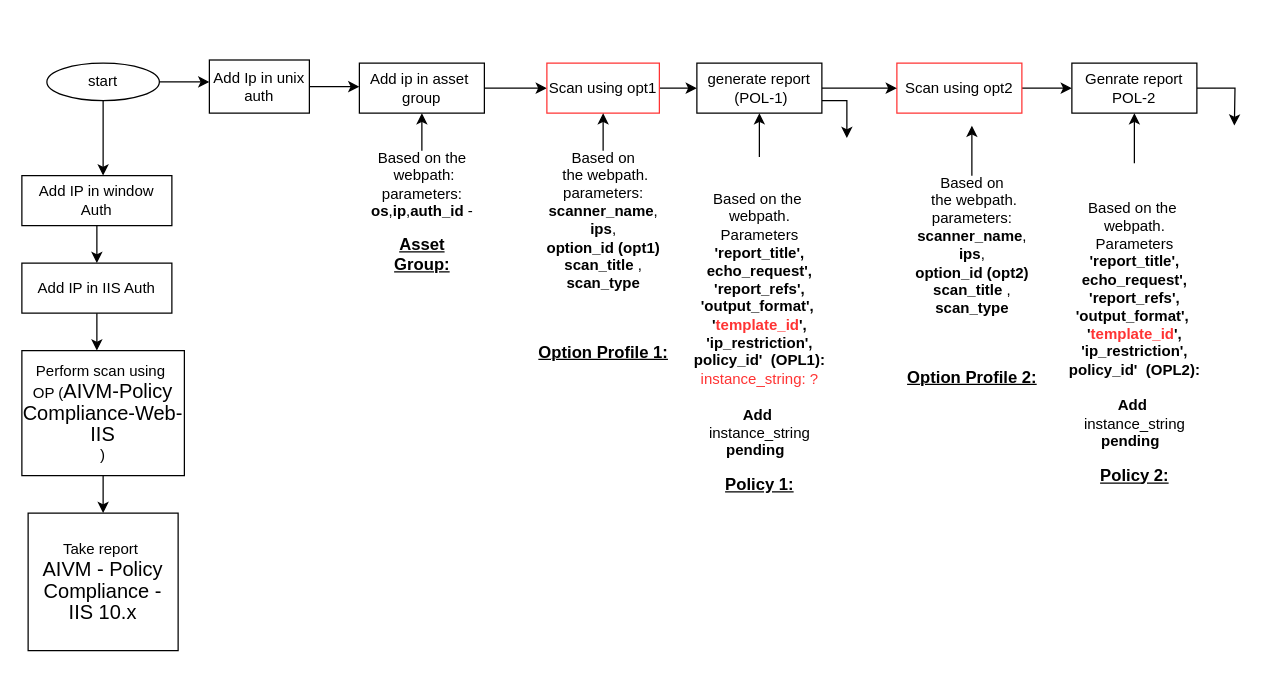
Above: page "Page-3" (3 of 3) of Untitled Diagram.drawio in abhiramsatti/testrepo (draw.io), before the change. Source tidied: cells renumbered, new cells numbered last; positions are measured from the earlier drawing's top-left corner, leaving out a move shared by most shapes. Both pictures are drawn from the tidied source at 125%, with x=0, y=0 at pixel (21, 60).
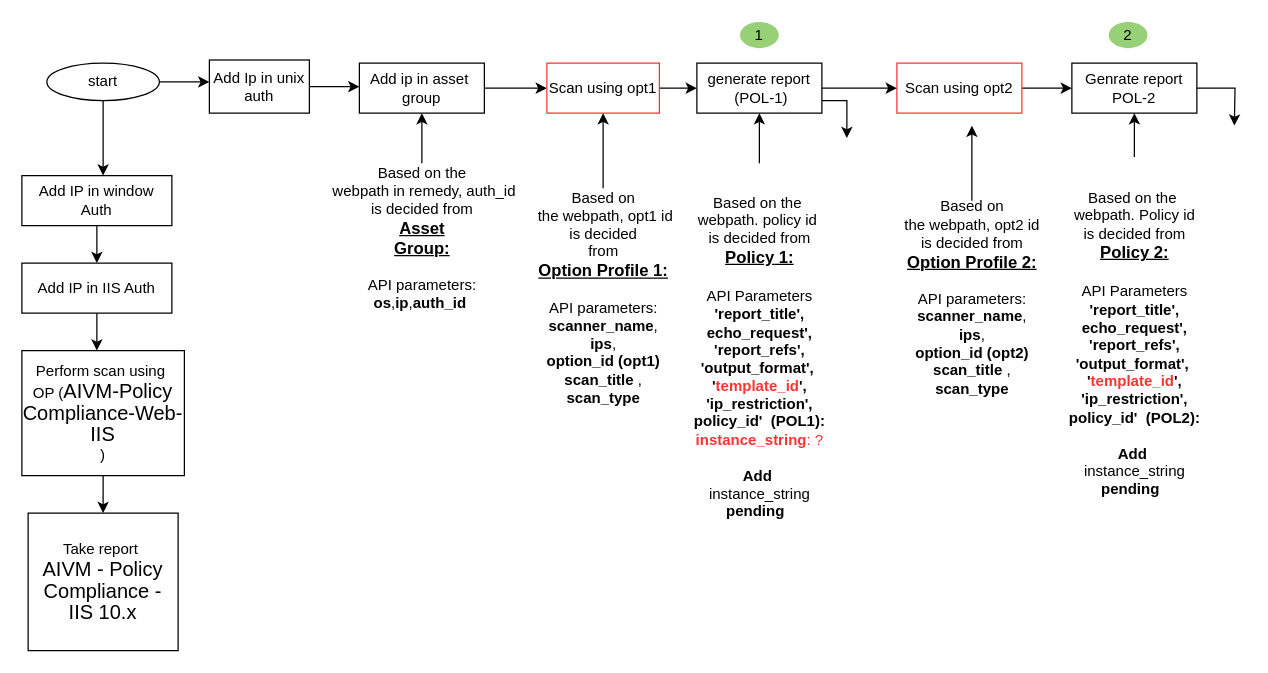
The same diagram, later.

Diff of the diagram source:
```diff
@@
-    <mxCell id="26" value="Based on the&lt;br&gt;&amp;nbsp;webpath:&lt;br&gt;parameters:&lt;br&gt;&lt;b&gt;os&lt;/b&gt;,&lt;b&gt;ip&lt;/b&gt;,&lt;b&gt;auth_id&lt;/b&gt; -&lt;br&gt;&lt;p class=&quot;MsoNormal&quot;&gt;&lt;b&gt;&lt;u&gt;&lt;span style=&quot;font-size: 10.0pt ; font-family: &amp;#34;arial&amp;#34; , sans-serif&quot;&gt;Asset&lt;br&gt;Group:&lt;/span&gt;&lt;/u&gt;&lt;/b&gt;&lt;/p&gt;" style="text;html=1;align=center;verticalAlign=middle;points=[];" parent="1" vertex="1">
-      <mxGeometry x="270" y="72" width="100" height="110" as="geometry" />
+    <mxCell id="26" value="Based on the&lt;br&gt;&amp;nbsp;webpath in remedy, auth_id &lt;br&gt;is decided from&lt;br&gt;&lt;b&gt;&lt;u&gt;&lt;span style=&quot;font-size: 10pt ; font-family: &amp;#34;arial&amp;#34; , sans-serif&quot;&gt;Asset&lt;br&gt;Group:&lt;br&gt;&lt;/span&gt;&lt;/u&gt;&lt;/b&gt;&lt;br&gt;API parameters:&lt;br&gt;&lt;b&gt;os&lt;/b&gt;,&lt;b&gt;ip&lt;/b&gt;,&lt;b&gt;auth_id&lt;/b&gt;&amp;nbsp;" style="text;html=1;align=center;verticalAlign=middle;points=[];" parent="1" vertex="1">
+      <mxGeometry x="235" y="82" width="170" height="120" as="geometry" />
     </mxCell>
@@
-    <mxCell id="28" value="Based on&lt;br&gt;&amp;nbsp;the webpath.&lt;br&gt;parameters:&lt;br&gt;&lt;b&gt;scanner_name&lt;/b&gt;,&lt;br&gt;&lt;b&gt;ips&lt;/b&gt;,&lt;br&gt;&lt;b&gt;option_id (opt1)&lt;/b&gt;&lt;br&gt;&lt;b&gt;scan_title&amp;nbsp;&lt;/b&gt;,&lt;br&gt;&lt;b&gt;scan_type&lt;br&gt;&lt;br&gt;&lt;br&gt;&lt;/b&gt;&lt;p class=&quot;MsoNormal&quot;&gt;&lt;b&gt;&lt;u&gt;&lt;span style=&quot;font-size: 10pt ; font-family: &amp;#34;arial&amp;#34; , sans-serif&quot;&gt;Option Profile 1:&lt;/span&gt;&lt;/u&gt;&lt;/b&gt;&lt;/p&gt;" style="text;html=1;align=center;verticalAlign=middle;points=[];" parent="1" vertex="1">
-      <mxGeometry x="405" y="72" width="120" height="180" as="geometry" />
+    <mxCell id="28" value="Based on&lt;br&gt;&amp;nbsp;the webpath, opt1 id&lt;br&gt;&amp;nbsp;is decided&amp;nbsp;&lt;br&gt;from&lt;br&gt;&lt;b&gt;&lt;u&gt;&lt;span style=&quot;font-size: 10pt ; font-family: &amp;#34;arial&amp;#34; , sans-serif&quot;&gt;Option Profile 1:&lt;br&gt;&lt;/span&gt;&lt;/u&gt;&lt;/b&gt;&lt;br&gt;API parameters:&lt;br&gt;&lt;b&gt;scanner_name&lt;/b&gt;,&lt;br&gt;&lt;b&gt;ips&lt;/b&gt;,&lt;br&gt;&lt;b&gt;option_id (opt1)&lt;/b&gt;&lt;br&gt;&lt;b&gt;scan_title&amp;nbsp;&lt;/b&gt;,&lt;br&gt;&lt;b&gt;scan_type&lt;br&gt;&lt;br&gt;&lt;/b&gt;" style="text;html=1;align=center;verticalAlign=middle;points=[];" parent="1" vertex="1">
+      <mxGeometry x="400" y="102" width="130" height="190" as="geometry" />
     </mxCell>
@@
-    <mxCell id="30" value="&lt;div&gt;&lt;b&gt;&lt;br&gt;&lt;/b&gt;&lt;/div&gt;&lt;div&gt;&lt;b&gt;&lt;br&gt;&lt;/b&gt;&lt;/div&gt;&lt;div&gt;Based on the&amp;nbsp;&lt;/div&gt;&lt;div&gt;webpath.&lt;/div&gt;&lt;div&gt;Parameters&lt;/div&gt;&lt;div&gt;&lt;b&gt;'report_title',&lt;/b&gt;&lt;/div&gt;&lt;div&gt;&lt;span&gt;&lt;b&gt;echo_request',&lt;/b&gt;&lt;/span&gt;&lt;/div&gt;&lt;div&gt;&lt;span&gt;&lt;b&gt;'report_refs',&lt;/b&gt;&lt;/span&gt;&lt;/div&gt;&lt;div&gt;&lt;span&gt;&lt;b&gt;'output_format',&amp;nbsp;&lt;/b&gt;&lt;/span&gt;&lt;/div&gt;&lt;div&gt;&lt;b&gt;'&lt;font color=&quot;#ff3333&quot;&gt;template_id&lt;/font&gt;',&lt;/b&gt;&lt;/div&gt;&lt;div&gt;&lt;b&gt;&lt;span&gt;'ip_restriction&lt;/span&gt;&lt;span&gt;',&lt;/span&gt;&lt;/b&gt;&lt;/div&gt;&lt;div&gt;&lt;span&gt;&lt;b&gt;policy_id'&amp;nbsp; (OPL1)&lt;/b&gt;&lt;/span&gt;&lt;b&gt;:&lt;/b&gt;&lt;/div&gt;&lt;div&gt;&lt;font color=&quot;#ff3333&quot;&gt;instance_string: ?&lt;/font&gt;&lt;b&gt;&lt;br&gt;&lt;/b&gt;&lt;/div&gt;&lt;div&gt;&lt;b&gt;&lt;br&gt;&lt;/b&gt;&lt;/div&gt;&lt;div&gt;&lt;b&gt;Add&amp;nbsp;&lt;/b&gt;&lt;/div&gt;instance_string&lt;br&gt;&lt;div&gt;&lt;b&gt;pending&amp;nbsp;&lt;/b&gt;&lt;b&gt;&amp;nbsp;&lt;/b&gt;&lt;/div&gt;&lt;div&gt;&lt;p class=&quot;MsoNormal&quot;&gt;&lt;b&gt;&lt;u&gt;&lt;span style=&quot;font-size: 10pt ; font-family: &amp;#34;arial&amp;#34; , sans-serif&quot;&gt;Policy 1:&lt;/span&gt;&lt;/u&gt;&lt;/b&gt;&lt;/p&gt;&lt;/div&gt;" style="text;html=1;align=center;verticalAlign=middle;points=[];" parent="1" vertex="1">
-      <mxGeometry x="530" y="77" width="120" height="280" as="geometry" />
+    <mxCell id="30" value="&lt;div&gt;&lt;b&gt;&lt;br&gt;&lt;/b&gt;&lt;/div&gt;&lt;div&gt;&lt;b&gt;&lt;br&gt;&lt;/b&gt;&lt;/div&gt;&lt;div&gt;Based on the&amp;nbsp;&lt;/div&gt;&lt;div&gt;webpath. policy id&amp;nbsp;&lt;/div&gt;&lt;div&gt;is decided from&lt;/div&gt;&lt;div&gt;&lt;b&gt;&lt;u&gt;&lt;span style=&quot;font-size: 10pt ; font-family: &amp;#34;arial&amp;#34; , sans-serif&quot;&gt;Policy 1:&lt;/span&gt;&lt;/u&gt;&lt;/b&gt;&lt;br&gt;&lt;/div&gt;&lt;div&gt;&lt;b&gt;&lt;u&gt;&lt;span style=&quot;font-size: 10pt ; font-family: &amp;#34;arial&amp;#34; , sans-serif&quot;&gt;&lt;br&gt;&lt;/span&gt;&lt;/u&gt;&lt;/b&gt;&lt;/div&gt;&lt;div&gt;API Parameters&lt;/div&gt;&lt;div&gt;&lt;b&gt;'report_title',&lt;/b&gt;&lt;/div&gt;&lt;div&gt;&lt;span&gt;&lt;b&gt;echo_request',&lt;/b&gt;&lt;/span&gt;&lt;/div&gt;&lt;div&gt;&lt;span&gt;&lt;b&gt;'report_refs',&lt;/b&gt;&lt;/span&gt;&lt;/div&gt;&lt;div&gt;&lt;span&gt;&lt;b&gt;'output_format',&amp;nbsp;&lt;/b&gt;&lt;/span&gt;&lt;/div&gt;&lt;div&gt;&lt;b&gt;'&lt;font color=&quot;#ff3333&quot;&gt;template_id&lt;/font&gt;',&lt;/b&gt;&lt;/div&gt;&lt;div&gt;&lt;b&gt;&lt;span&gt;'ip_restriction&lt;/span&gt;&lt;span&gt;',&lt;/span&gt;&lt;/b&gt;&lt;/div&gt;&lt;div&gt;&lt;span&gt;&lt;b&gt;policy_id'&amp;nbsp; (POL1)&lt;/b&gt;&lt;/span&gt;&lt;b&gt;:&lt;/b&gt;&lt;/div&gt;&lt;div&gt;&lt;font color=&quot;#ff3333&quot;&gt;&lt;b&gt;instance_string&lt;/b&gt;: ?&lt;/font&gt;&lt;b&gt;&lt;br&gt;&lt;/b&gt;&lt;/div&gt;&lt;div&gt;&lt;b&gt;&lt;br&gt;&lt;/b&gt;&lt;/div&gt;&lt;div&gt;&lt;b&gt;Add&amp;nbsp;&lt;/b&gt;&lt;/div&gt;instance_string&lt;br&gt;&lt;div&gt;&lt;b&gt;pending&amp;nbsp;&lt;/b&gt;&lt;b&gt;&amp;nbsp;&lt;/b&gt;&lt;/div&gt;&lt;div&gt;&lt;p class=&quot;MsoNormal&quot;&gt;&lt;br&gt;&lt;/p&gt;&lt;/div&gt;" style="text;html=1;align=center;verticalAlign=middle;points=[];" parent="1" vertex="1">
+      <mxGeometry x="530" y="82" width="120" height="320" as="geometry" />
     </mxCell>
@@
-    <mxCell id="32" value="Based on&lt;br&gt;&amp;nbsp;the webpath.&lt;br&gt;parameters:&lt;br&gt;&lt;b&gt;scanner_name&lt;/b&gt;,&lt;br&gt;&lt;b&gt;ips&lt;/b&gt;,&lt;br&gt;&lt;b&gt;option_id (opt2)&lt;/b&gt;&lt;br&gt;&lt;b&gt;scan_title&amp;nbsp;&lt;/b&gt;,&lt;br&gt;&lt;b&gt;scan_type&lt;br&gt;&lt;br&gt;&lt;br&gt;&lt;/b&gt;&lt;p class=&quot;MsoNormal&quot;&gt;&lt;b&gt;&lt;u&gt;&lt;span style=&quot;font-size: 10pt ; font-family: &amp;#34;arial&amp;#34; , sans-serif&quot;&gt;Option Profile 2:&lt;/span&gt;&lt;/u&gt;&lt;/b&gt;&lt;/p&gt;" style="text;html=1;align=center;verticalAlign=middle;points=[];" parent="1" vertex="1">
-      <mxGeometry x="700" y="92" width="120" height="180" as="geometry" />
+    <mxCell id="32" value="Based on&lt;br&gt;&amp;nbsp;the webpath, opt2 id&amp;nbsp;&lt;br&gt;is decided from&lt;br&gt;&lt;b&gt;&lt;u&gt;&lt;span style=&quot;font-size: 10pt ; font-family: &amp;#34;arial&amp;#34; , sans-serif&quot;&gt;Option Profile 2:&lt;br&gt;&lt;/span&gt;&lt;/u&gt;&lt;/b&gt;&lt;br&gt;API parameters:&lt;br&gt;&lt;b&gt;scanner_name&lt;/b&gt;,&lt;br&gt;&lt;b&gt;ips&lt;/b&gt;,&lt;br&gt;&lt;b&gt;option_id (opt2)&lt;/b&gt;&lt;br&gt;&lt;b&gt;scan_title&amp;nbsp;&lt;/b&gt;,&lt;br&gt;&lt;b&gt;scan_type&lt;br&gt;&lt;br&gt;&lt;/b&gt;" style="text;html=1;align=center;verticalAlign=middle;points=[];" parent="1" vertex="1">
+      <mxGeometry x="695" y="112" width="130" height="170" as="geometry" />
     </mxCell>
@@
-    <mxCell id="34" value="&lt;div&gt;&lt;b&gt;&lt;br&gt;&lt;/b&gt;&lt;/div&gt;&lt;div&gt;&lt;b&gt;&lt;br&gt;&lt;/b&gt;&lt;/div&gt;&lt;div&gt;Based on the&amp;nbsp;&lt;/div&gt;&lt;div&gt;webpath.&lt;/div&gt;&lt;div&gt;Parameters&lt;/div&gt;&lt;div&gt;&lt;b&gt;'report_title',&lt;/b&gt;&lt;/div&gt;&lt;div&gt;&lt;span&gt;&lt;b&gt;echo_request',&lt;/b&gt;&lt;/span&gt;&lt;/div&gt;&lt;div&gt;&lt;span&gt;&lt;b&gt;'report_refs',&lt;/b&gt;&lt;/span&gt;&lt;/div&gt;&lt;div&gt;&lt;span&gt;&lt;b&gt;'output_format',&amp;nbsp;&lt;/b&gt;&lt;/span&gt;&lt;/div&gt;&lt;div&gt;&lt;b&gt;'&lt;font color=&quot;#ff3333&quot;&gt;template_id&lt;/font&gt;',&lt;/b&gt;&lt;/div&gt;&lt;div&gt;&lt;b&gt;&lt;span&gt;'ip_restriction&lt;/span&gt;&lt;span&gt;',&lt;/span&gt;&lt;/b&gt;&lt;/div&gt;&lt;div&gt;&lt;span&gt;&lt;b&gt;policy_id'&amp;nbsp; (OPL2)&lt;/b&gt;&lt;/span&gt;&lt;b&gt;:&lt;/b&gt;&lt;/div&gt;&lt;div&gt;&lt;b&gt;&lt;br&gt;&lt;/b&gt;&lt;/div&gt;&lt;div&gt;&lt;b&gt;Add&amp;nbsp;&lt;/b&gt;&lt;/div&gt;instance_string&lt;br&gt;&lt;div&gt;&lt;b&gt;pending&amp;nbsp;&lt;/b&gt;&lt;b&gt;&amp;nbsp;&lt;/b&gt;&lt;/div&gt;&lt;div&gt;&lt;p class=&quot;MsoNormal&quot;&gt;&lt;b&gt;&lt;u&gt;&lt;span style=&quot;font-size: 10pt ; font-family: &amp;#34;arial&amp;#34; , sans-serif&quot;&gt;Policy 2:&lt;/span&gt;&lt;/u&gt;&lt;/b&gt;&lt;/p&gt;&lt;/div&gt;" style="text;html=1;align=center;verticalAlign=middle;points=[];" parent="1" vertex="1">
-      <mxGeometry x="830" y="82" width="120" height="270" as="geometry" />
+    <mxCell id="34" value="&lt;div&gt;&lt;b&gt;&lt;br&gt;&lt;/b&gt;&lt;/div&gt;&lt;div&gt;&lt;b&gt;&lt;br&gt;&lt;/b&gt;&lt;/div&gt;&lt;div&gt;Based on the&amp;nbsp;&lt;/div&gt;&lt;div&gt;webpath. Policy id&lt;/div&gt;&lt;div&gt;is decided from&lt;/div&gt;&lt;div&gt;&lt;b&gt;&lt;u&gt;&lt;span style=&quot;font-size: 10pt ; font-family: &amp;#34;arial&amp;#34; , sans-serif&quot;&gt;Policy 2:&lt;/span&gt;&lt;/u&gt;&lt;/b&gt;&lt;br&gt;&lt;/div&gt;&lt;div&gt;&lt;b&gt;&lt;u&gt;&lt;span style=&quot;font-size: 10pt ; font-family: &amp;#34;arial&amp;#34; , sans-serif&quot;&gt;&lt;br&gt;&lt;/span&gt;&lt;/u&gt;&lt;/b&gt;&lt;/div&gt;&lt;div&gt;API Parameters&lt;/div&gt;&lt;div&gt;&lt;b&gt;'report_title',&lt;/b&gt;&lt;/div&gt;&lt;div&gt;&lt;span&gt;&lt;b&gt;echo_request',&lt;/b&gt;&lt;/span&gt;&lt;/div&gt;&lt;div&gt;&lt;span&gt;&lt;b&gt;'report_refs',&lt;/b&gt;&lt;/span&gt;&lt;/div&gt;&lt;div&gt;&lt;span&gt;&lt;b&gt;'output_format',&amp;nbsp;&lt;/b&gt;&lt;/span&gt;&lt;/div&gt;&lt;div&gt;&lt;b&gt;'&lt;font color=&quot;#ff3333&quot;&gt;template_id&lt;/font&gt;',&lt;/b&gt;&lt;/div&gt;&lt;div&gt;&lt;b&gt;&lt;span&gt;'ip_restriction&lt;/span&gt;&lt;span&gt;',&lt;/span&gt;&lt;/b&gt;&lt;/div&gt;&lt;div&gt;&lt;span&gt;&lt;b&gt;policy_id'&amp;nbsp; (POL2)&lt;/b&gt;&lt;/span&gt;&lt;b&gt;:&lt;/b&gt;&lt;/div&gt;&lt;div&gt;&lt;b&gt;&lt;br&gt;&lt;/b&gt;&lt;/div&gt;&lt;div&gt;&lt;b&gt;Add&amp;nbsp;&lt;/b&gt;&lt;/div&gt;instance_string&lt;br&gt;&lt;div&gt;&lt;b&gt;pending&amp;nbsp;&lt;/b&gt;&lt;b&gt;&amp;nbsp;&lt;/b&gt;&lt;/div&gt;" style="text;html=1;align=center;verticalAlign=middle;points=[];" parent="1" vertex="1">
+      <mxGeometry x="830" y="77" width="120" height="270" as="geometry" />
     </mxCell>
+    <mxCell id="35" value="1" style="ellipse;whiteSpace=wrap;html=1;strokeColor=#97D077;fillColor=#97D077;" parent="1" vertex="1">
+      <mxGeometry x="575" y="-30.5" width="30" height="20" as="geometry" />
+    </mxCell>
+    <mxCell id="36" value="2" style="ellipse;whiteSpace=wrap;html=1;strokeColor=#97D077;fillColor=#97D077;" parent="1" vertex="1">
+      <mxGeometry x="870" y="-30.5" width="30" height="20" as="geometry" />
+    </mxCell>
```
